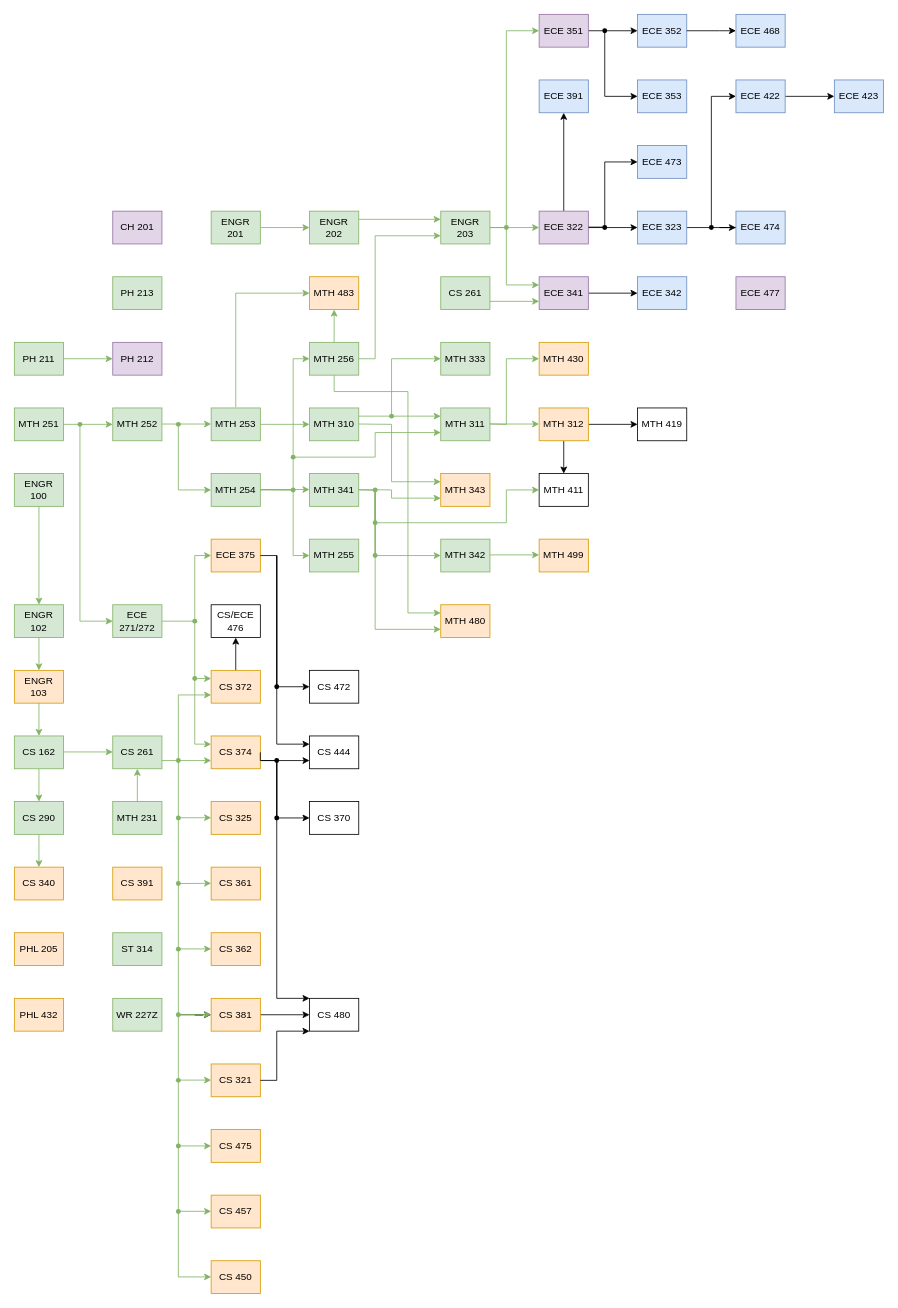
Earlier version of the draw.io diagram Classes.drawio (Jonas-Carew/Class-Flowchart). Source tidied: cells renumbered, new cells numbered last; positions are measured from the earlier drawing's top-left corner, leaving out a move shared by most shapes. Both pictures are drawn from the tidied source at 82%, with x=0, y=0 at pixel (14, 14).
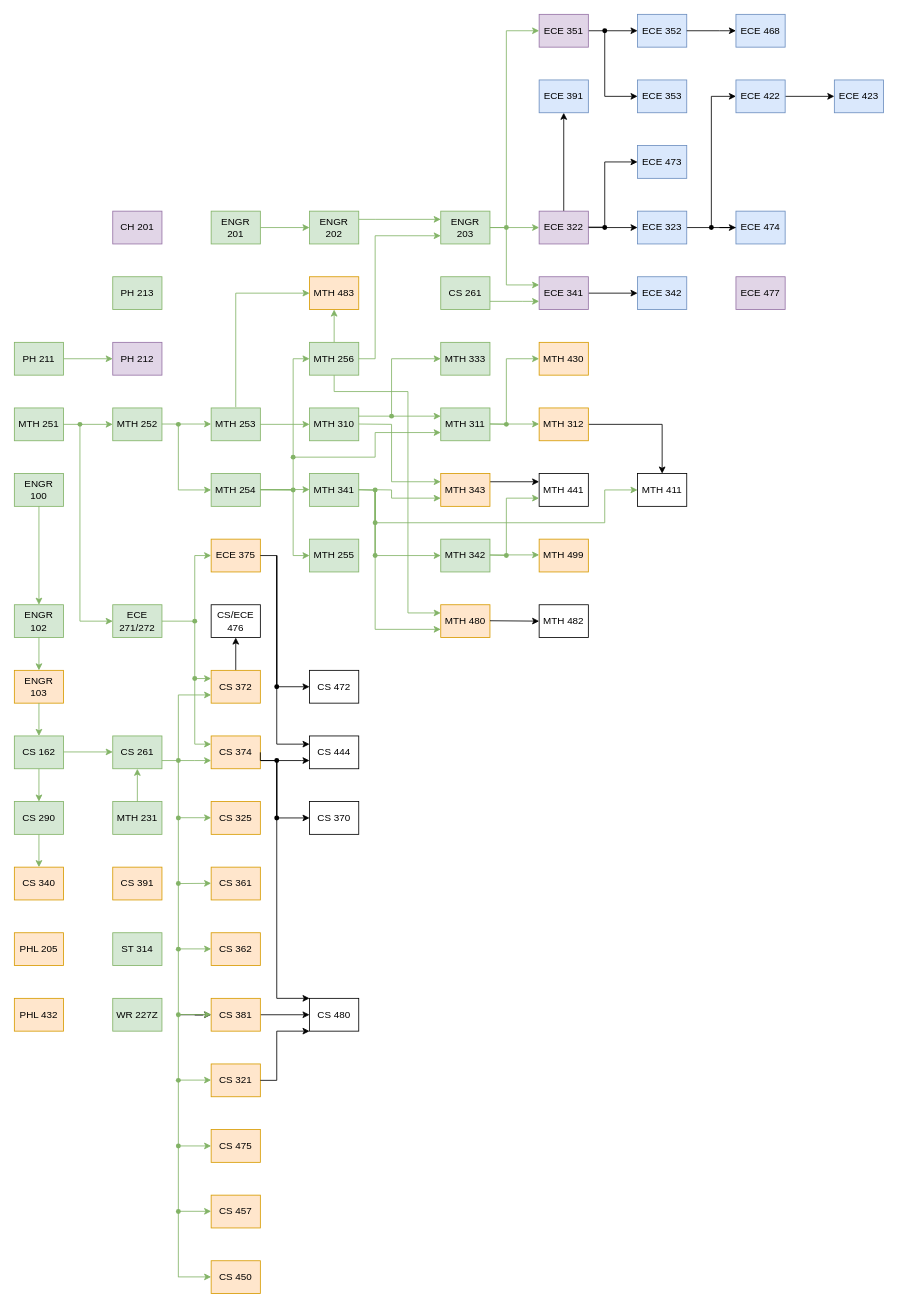
Above is the later version.

Commit message:
Updated math classes Classes.drawio

The change refers to these unchanged cells:
```xml
<mxCell id="17" value="&lt;div&gt;MTH 312&lt;/div&gt;" style="rounded=0;whiteSpace=wrap;html=1;fillColor=#ffe6cc;strokeColor=#d79b00;" parent="1" vertex="1">
  <mxGeometry x="640" y="480" width="60" height="40" as="geometry" />
</mxCell>
<mxCell id="168" value="&lt;div&gt;MTH 343&lt;/div&gt;" style="rounded=0;whiteSpace=wrap;html=1;fillColor=#ffe6cc;strokeColor=#d79b00;" parent="1" vertex="1">
  <mxGeometry x="520" y="560" width="60" height="40" as="geometry" />
</mxCell>
```

Diff of the diagram source:
```diff
@@
-    <mxCell id="16" style="edgeStyle=orthogonalEdgeStyle;rounded=0;jettySize=auto;html=1;" parent="1" edge="1" source="17" target="76">
-      <mxGeometry relative="1" as="geometry" />
-    </mxCell>
@@
     <mxCell id="74" value="&lt;div&gt;MTH 411&lt;br&gt;&lt;/div&gt;" style="rounded=0;whiteSpace=wrap;html=1;" parent="1" vertex="1">
-      <mxGeometry x="640" y="560" width="60" height="40" as="geometry" />
+      <mxGeometry x="760" y="560" width="60" height="40" as="geometry" />
     </mxCell>
     <mxCell id="75" style="endArrow=classic;html=1;rounded=0;exitX=1;exitY=0.5;exitDx=0;exitDy=0;entryX=0;entryY=0.5;entryDx=0;entryDy=0;fillColor=#d5e8d4;strokeColor=#82b366;" parent="1" edge="1" target="74">
       <mxGeometry relative="1" as="geometry">
         <mxPoint x="420" y="580" as="sourcePoint" />
         <Array as="points">
           <mxPoint x="440" y="580.5" />
           <mxPoint x="440" y="620" />
-          <mxPoint x="600" y="620" />
-          <mxPoint x="600" y="580" />
+          <mxPoint x="720" y="620" />
+          <mxPoint x="720" y="580" />
         </Array>
       </mxGeometry>
     </mxCell>
-    <mxCell id="76" value="&lt;div&gt;MTH 419&lt;/div&gt;" style="rounded=0;whiteSpace=wrap;html=1;" parent="1" vertex="1">
-      <mxGeometry x="760" y="480" width="60" height="40" as="geometry" />
-    </mxCell>
@@
-    <mxCell id="139" style="shape=waypoint;sketch=0;fillStyle=solid;size=6;points=[];fillColor=#d5e8d4;perimeter=centerPerimeter;snapToPoint=1;strokeColor=#82b366;" parent="1" vertex="1">
+    <mxCell id="139" style="shape=waypoint;sketch=0;fillStyle=solid;size=6;points=[];fillColor=#d5e8d4;perimeter=centerPerimeter;snapToPoint=1;strokeColor=#82B366;" parent="1" vertex="1">
       <mxGeometry x="450" y="480" width="20" height="20" as="geometry" />
     </mxCell>
@@
+    <mxCell id="171" style="edgeStyle=orthogonalEdgeStyle;rounded=0;jettySize=auto;html=1;exitX=1;exitY=0.25;exitDx=0;exitDy=0;entryX=0;entryY=0.25;entryDx=0;entryDy=0;" parent="1" edge="1" source="168" target="175">
+      <mxGeometry relative="1" as="geometry" />
+    </mxCell>
@@
+    <mxCell id="172" value="&lt;div&gt;MTH 482&lt;/div&gt;" style="rounded=0;whiteSpace=wrap;html=1;" parent="1" vertex="1">
+      <mxGeometry x="640" y="720" width="60" height="40" as="geometry" />
+    </mxCell>
+    <mxCell id="173" style="edgeStyle=orthogonalEdgeStyle;rounded=0;jettySize=auto;html=1;entryX=0;entryY=0.5;entryDx=0;entryDy=0;" parent="1" edge="1" target="172">
+      <mxGeometry relative="1" as="geometry">
+        <mxPoint x="580" y="739.5" as="sourcePoint" />
+      </mxGeometry>
+    </mxCell>
+    <mxCell id="174" style="shape=waypoint;sketch=0;fillStyle=solid;size=6;fillColor=#97D077;perimeter=centerPerimeter;strokeColor=#82B366;" parent="1" vertex="1">
+      <mxGeometry x="590" y="490" width="20" height="20" as="geometry" />
+    </mxCell>
+    <mxCell id="175" value="&lt;div&gt;MTH 441&lt;br&gt;&lt;/div&gt;" style="rounded=0;whiteSpace=wrap;html=1;" parent="1" vertex="1">
+      <mxGeometry x="640" y="560" width="60" height="40" as="geometry" />
+    </mxCell>
+    <mxCell id="176" style="endArrow=classic;html=1;rounded=0;exitX=1;exitY=0.5;exitDx=0;exitDy=0;fillColor=#d5e8d4;strokeColor=#82b366;entryX=0;entryY=0.75;entryDx=0;entryDy=0;" parent="1" edge="1" target="175">
+      <mxGeometry relative="1" as="geometry">
+        <mxPoint x="580" y="659.5" as="sourcePoint" />
+        <Array as="points">
+          <mxPoint x="600" y="660" />
+          <mxPoint x="600" y="590" />
+        </Array>
+      </mxGeometry>
+    </mxCell>
+    <mxCell id="177" style="shape=waypoint;sketch=0;fillStyle=solid;size=6;fillColor=#97D077;perimeter=centerPerimeter;strokeColor=#82B366;" parent="1" vertex="1">
+      <mxGeometry x="590" y="650" width="20" height="20" as="geometry" />
+    </mxCell>
```
